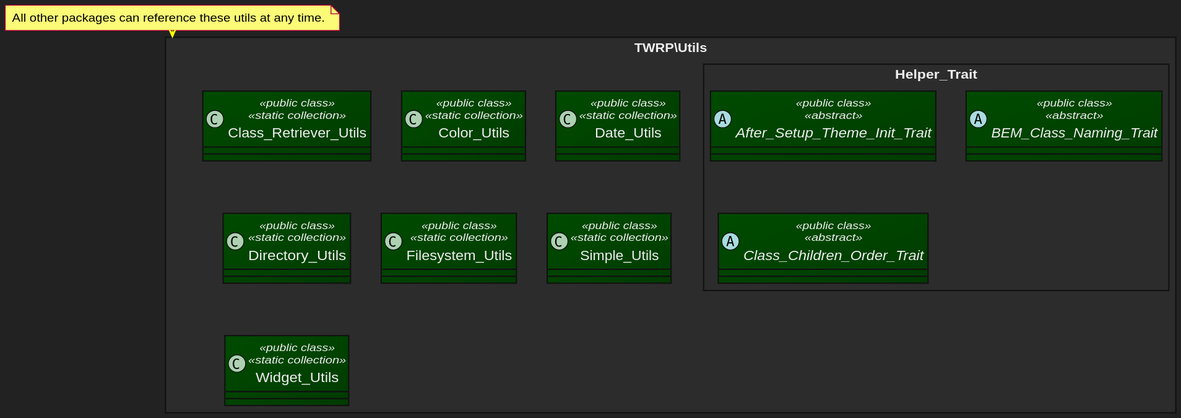
The PlantUML diagram puml/Utils.svg in 9brada6/tabs-with-posts, before a commit.
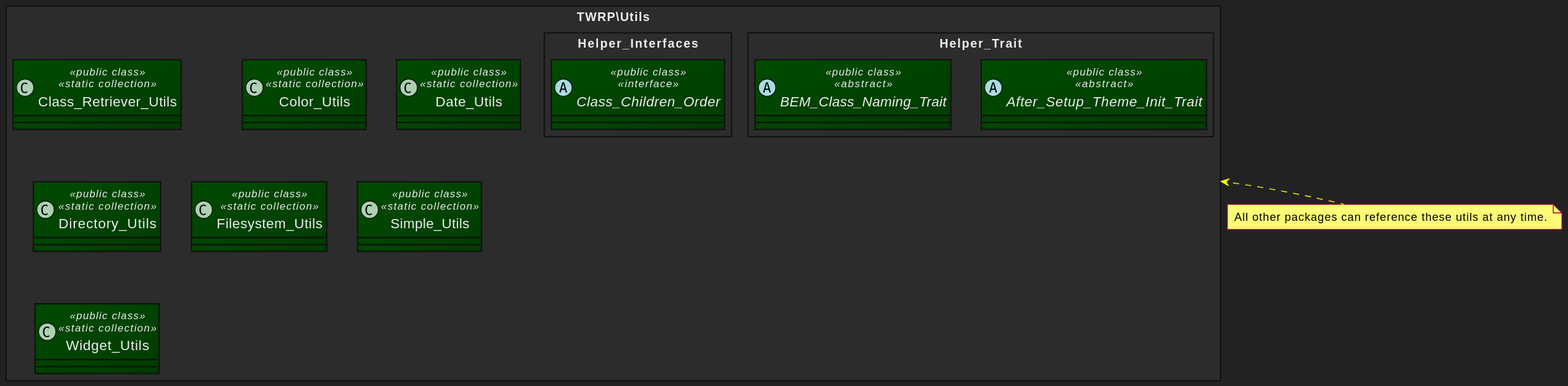
The same diagram one commit later.

Diff of the diagram source:
```diff
@@ -50,7 +50,10 @@
 	namespace Helper_Trait {
 		abstract After_Setup_Theme_Init_Trait <<public class>> <<abstract>> {}
 		abstract BEM_Class_Naming_Trait <<public class>> <<abstract>> {}
-		abstract Class_Children_Order_Trait <<public class>> <<abstract>> {}
+	}
+
+	namespace Helper_Interfaces {
+		abstract Class_Children_Order <<public class>> <<interface>> {}
 	}
 }
 
```
